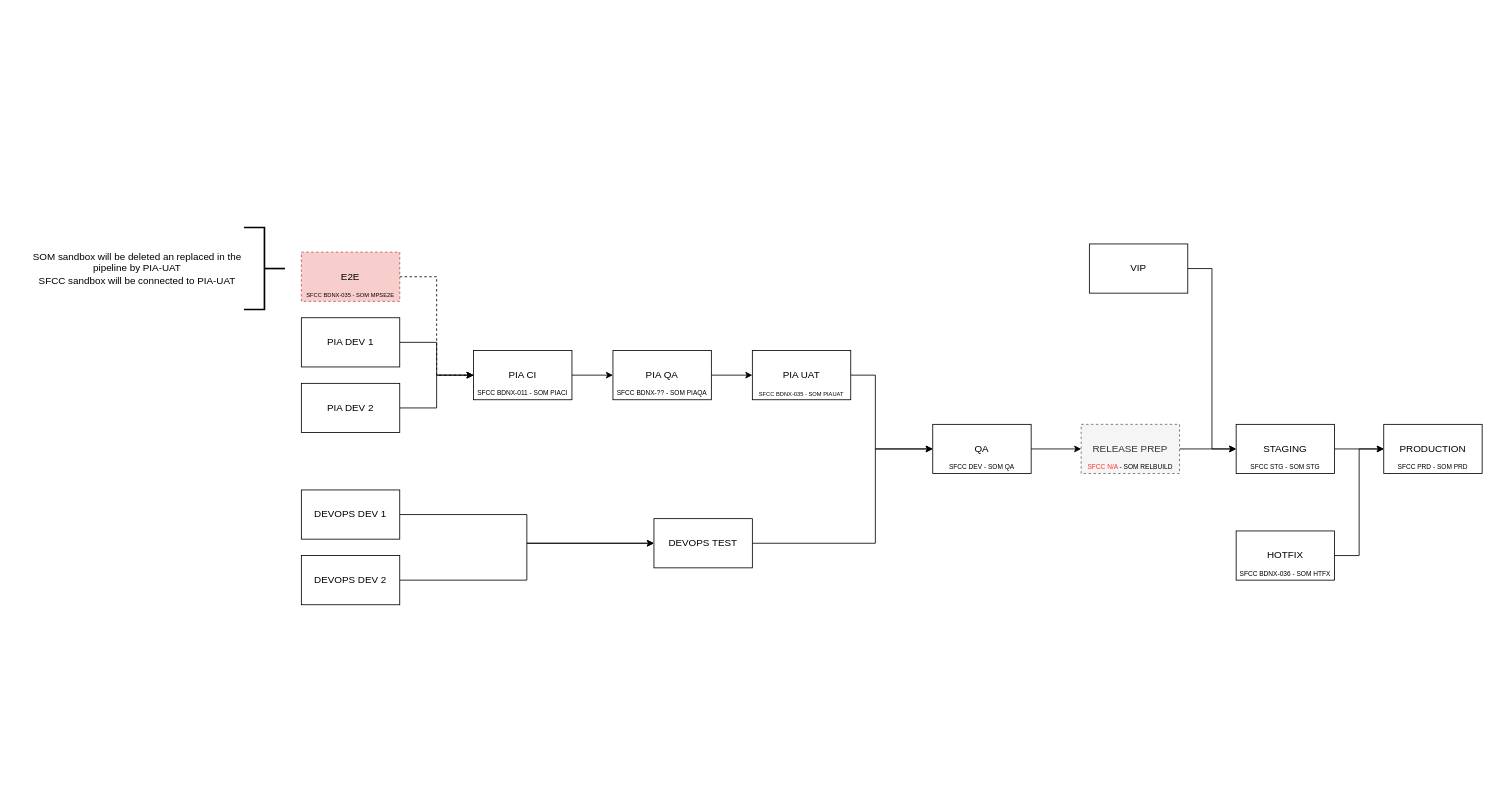
The draw.io diagram phase-two-pipeline.drawio in pettll/diagrams, before the edit. Source tidied: cells renumbered, new cells numbered last; positions are measured from the earlier drawing's top-left corner, leaving out a move shared by most shapes. Both pictures are drawn from the tidied source at 82%, with x=0, y=0 at pixel (14, 227).
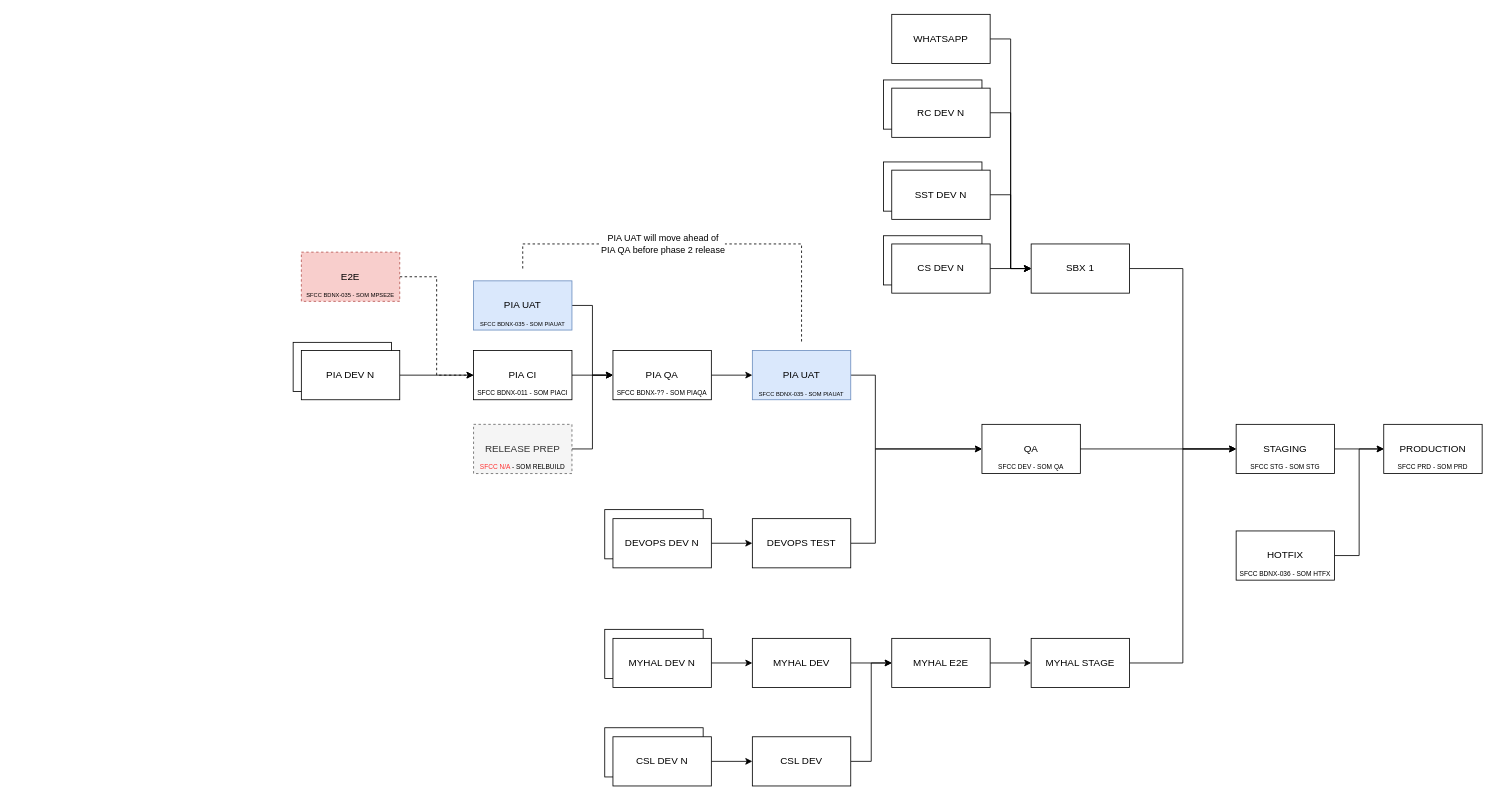
After the change.

Unchanged cells that the change refers to:
```xml
<mxCell id="11" value="PIA CI" style="rounded=0;whiteSpace=wrap;html=1;" parent="1" vertex="1">
  <mxGeometry x="560" y="150" width="120" height="60" as="geometry" />
</mxCell>
<mxCell id="13" value="PIA QA" style="rounded=0;whiteSpace=wrap;html=1;" parent="1" vertex="1">
  <mxGeometry x="730" y="150" width="120" height="60" as="geometry" />
</mxCell>
<mxCell id="34" value="STAGING" style="rounded=0;whiteSpace=wrap;html=1;" parent="1" vertex="1">
  <mxGeometry x="1490" y="240" width="120" height="60" as="geometry" />
</mxCell>
```

What changed in the source:
```diff
@@
+    <mxCell id="42" style="rounded=0;whiteSpace=wrap;html=1;" parent="1" vertex="1">
+      <mxGeometry x="1060" y="10" width="120" height="60" as="geometry" />
+    </mxCell>
+    <mxCell id="43" style="rounded=0;whiteSpace=wrap;html=1;" parent="1" vertex="1">
+      <mxGeometry x="720" y="344" width="120" height="60" as="geometry" />
+    </mxCell>
+    <mxCell id="44" style="rounded=0;whiteSpace=wrap;html=1;" parent="1" vertex="1">
+      <mxGeometry x="340" y="140" width="120" height="60" as="geometry" />
+    </mxCell>
@@
-    <mxCell id="3" value="PIA DEV 1" style="rounded=0;whiteSpace=wrap;html=1;" parent="1" vertex="1">
-      <mxGeometry x="350" y="110" width="120" height="60" as="geometry" />
+    <mxCell id="3" value="PIA DEV N" style="rounded=0;whiteSpace=wrap;html=1;" parent="1" vertex="1">
+      <mxGeometry x="350" y="150" width="120" height="60" as="geometry" />
     </mxCell>
-    <mxCell id="4" style="edgeStyle=orthogonalEdgeStyle;rounded=0;jettySize=auto;html=1;" parent="1" edge="1" source="5" target="11">
-      <mxGeometry relative="1" as="geometry" />
-    </mxCell>
-    <mxCell id="5" value="PIA DEV 2" style="rounded=0;whiteSpace=wrap;html=1;" parent="1" vertex="1">
-      <mxGeometry x="350" y="190" width="120" height="60" as="geometry" />
-    </mxCell>
@@
-    <mxCell id="7" value="DEVOPS DEV 1" style="rounded=0;whiteSpace=wrap;html=1;" parent="1" vertex="1">
-      <mxGeometry x="350" y="320" width="120" height="60" as="geometry" />
+    <mxCell id="7" value="DEVOPS DEV N" style="rounded=0;whiteSpace=wrap;html=1;" parent="1" vertex="1">
+      <mxGeometry x="730" y="355" width="120" height="60" as="geometry" />
     </mxCell>
-    <mxCell id="8" style="edgeStyle=orthogonalEdgeStyle;rounded=0;jettySize=auto;html=1;" parent="1" edge="1" source="9" target="19">
-      <mxGeometry relative="1" as="geometry" />
-    </mxCell>
-    <mxCell id="9" value="DEVOPS DEV 2" style="rounded=0;whiteSpace=wrap;html=1;" parent="1" vertex="1">
-      <mxGeometry x="350" y="400" width="120" height="60" as="geometry" />
-    </mxCell>
@@
-    <mxCell id="14" style="edgeStyle=orthogonalEdgeStyle;rounded=0;jettySize=auto;html=1;entryX=0;entryY=0.5;entryDx=0;entryDy=0;" parent="1" edge="1" source="15" target="17">
-      <mxGeometry relative="1" as="geometry" />
-    </mxCell>
     <mxCell id="15" value="QA" style="rounded=0;whiteSpace=wrap;html=1;" parent="1" vertex="1">
-      <mxGeometry x="1120" y="240" width="120" height="60" as="geometry" />
+      <mxGeometry x="1180" y="240" width="120" height="60" as="geometry" />
     </mxCell>
-    <mxCell id="16" style="edgeStyle=orthogonalEdgeStyle;rounded=0;jettySize=auto;html=1;entryX=0;entryY=0.5;entryDx=0;entryDy=0;" parent="1" edge="1" source="17" target="34">
+    <mxCell id="16" style="edgeStyle=orthogonalEdgeStyle;rounded=0;jettySize=auto;html=1;entryX=0;entryY=0.5;entryDx=0;entryDy=0;exitX=1;exitY=0.5;exitDx=0;exitDy=0;" parent="1" edge="1" source="15" target="34">
       <mxGeometry relative="1" as="geometry" />
     </mxCell>
-    <mxCell id="17" value="RELEASE PREP" style="rounded=0;whiteSpace=wrap;html=1;fillColor=#f5f5f5;fontColor=#333333;strokeColor=#666666;dashed=1;" parent="1" vertex="1">
-      <mxGeometry x="1301" y="240" width="120" height="60" as="geometry" />
-    </mxCell>
@@
     <mxCell id="19" value="DEVOPS TEST" style="rounded=0;whiteSpace=wrap;html=1;" parent="1" vertex="1">
-      <mxGeometry x="780" y="355" width="120" height="60" as="geometry" />
+      <mxGeometry x="900" y="355" width="120" height="60" as="geometry" />
     </mxCell>
@@
-    <mxCell id="22" value="VIP" style="rounded=0;whiteSpace=wrap;html=1;" parent="1" vertex="1">
-      <mxGeometry x="1311" y="20" width="120" height="60" as="geometry" />
+    <mxCell id="22" value="SBX 1" style="rounded=0;whiteSpace=wrap;html=1;" parent="1" vertex="1">
+      <mxGeometry x="1240" y="20" width="120" height="60" as="geometry" />
     </mxCell>
@@
-    <mxCell id="24" value="PIA UAT" style="rounded=0;whiteSpace=wrap;html=1;fillColor=#ffffff;strokeColor=#000000;" parent="1" vertex="1">
+    <mxCell id="24" value="PIA UAT" style="rounded=0;whiteSpace=wrap;html=1;fillColor=#dae8fc;strokeColor=#6c8ebf;" parent="1" vertex="1">
       <mxGeometry x="900" y="150" width="120" height="60" as="geometry" />
     </mxCell>
@@
     <mxCell id="27" value="SFCC DEV - SOM QA" style="text;html=1;align=center;verticalAlign=bottom;whiteSpace=wrap;rounded=0;fontSize=8;" parent="1" vertex="1">
-      <mxGeometry x="1120" y="280" width="120" height="20" as="geometry" />
+      <mxGeometry x="1180" y="280" width="120" height="20" as="geometry" />
     </mxCell>
@@
-    <mxCell id="29" value="&lt;font color=&quot;#ff3333&quot;&gt;SFCC N/A&lt;/font&gt; - SOM RELBUILD" style="text;html=1;align=center;verticalAlign=bottom;whiteSpace=wrap;rounded=0;fontSize=8;" parent="1" vertex="1">
-      <mxGeometry x="1301" y="280" width="120" height="20" as="geometry" />
-    </mxCell>
@@
-    <mxCell id="39" style="strokeWidth=2;html=1;shape=mxgraph.flowchart.annotation_2;align=left;labelPosition=right;rotation=-180;" parent="1" vertex="1">
-      <mxGeometry x="280" width="50" height="100" as="geometry" />
-    </mxCell>
-    <mxCell id="40" value="SOM sandbox will be deleted an replaced in the pipeline by PIA-UAT&lt;div&gt;SFCC sandbox will be connected to PIA-UAT&lt;/div&gt;" style="text;html=1;align=center;verticalAlign=middle;whiteSpace=wrap;rounded=0;" parent="1" vertex="1">
-      <mxGeometry y="35" width="300" height="30" as="geometry" />
-    </mxCell>
@@
+    <mxCell id="45" style="edgeStyle=orthogonalEdgeStyle;rounded=0;jettySize=auto;html=1;entryX=0;entryY=0.5;entryDx=0;entryDy=0;" parent="1" edge="1" source="47" target="13">
+      <mxGeometry relative="1" as="geometry" />
+    </mxCell>
+    <mxCell id="46" value="PIA UAT will move ahead of&lt;div&gt;PIA QA before phase 2 release&lt;/div&gt;" style="edgeStyle=orthogonalEdgeStyle;rounded=0;orthogonalLoop=1;jettySize=auto;html=1;endArrow=none;endFill=0;dashed=1;" parent="1" edge="1">
+      <mxGeometry x="-0.18" relative="1" as="geometry">
+        <mxPoint x="620" y="50" as="sourcePoint" />
+        <mxPoint x="960" y="140" as="targetPoint" />
+        <Array as="points">
+          <mxPoint x="620" y="20" />
+          <mxPoint x="960" y="20" />
+        </Array>
+      </mxGeometry>
+    </mxCell>
+    <mxCell id="47" value="PIA UAT" style="rounded=0;whiteSpace=wrap;html=1;fillColor=#dae8fc;strokeColor=#6c8ebf;" parent="1" vertex="1">
+      <mxGeometry x="560" y="65" width="120" height="60" as="geometry" />
+    </mxCell>
+    <mxCell id="48" value="&lt;font style=&quot;font-size: 7px;&quot;&gt;SFCC BDNX-035 - SOM PIAUAT&lt;/font&gt;" style="text;html=1;align=center;verticalAlign=bottom;whiteSpace=wrap;rounded=0;fontSize=7;" parent="1" vertex="1">
+      <mxGeometry x="560" y="105" width="120" height="20" as="geometry" />
+    </mxCell>
+    <mxCell id="49" style="edgeStyle=orthogonalEdgeStyle;rounded=0;jettySize=auto;html=1;entryX=0;entryY=0.5;entryDx=0;entryDy=0;" parent="1" edge="1" source="17" target="13">
+      <mxGeometry relative="1" as="geometry" />
+    </mxCell>
+    <mxCell id="17" value="RELEASE PREP" style="rounded=0;whiteSpace=wrap;html=1;fillColor=#f5f5f5;fontColor=#333333;strokeColor=#666666;dashed=1;" parent="1" vertex="1">
+      <mxGeometry x="560" y="240" width="120" height="60" as="geometry" />
+    </mxCell>
+    <mxCell id="29" value="&lt;font color=&quot;#ff3333&quot;&gt;SFCC N/A&lt;/font&gt; - SOM RELBUILD" style="text;html=1;align=center;verticalAlign=bottom;whiteSpace=wrap;rounded=0;fontSize=8;" parent="1" vertex="1">
+      <mxGeometry x="560" y="280" width="120" height="20" as="geometry" />
+    </mxCell>
+    <mxCell id="50" style="rounded=0;whiteSpace=wrap;html=1;" parent="1" vertex="1">
+      <mxGeometry x="720" y="490" width="120" height="60" as="geometry" />
+    </mxCell>
+    <mxCell id="51" style="edgeStyle=orthogonalEdgeStyle;rounded=0;jettySize=auto;html=1;entryX=0;entryY=0.5;entryDx=0;entryDy=0;" parent="1" edge="1" source="52" target="54">
+      <mxGeometry relative="1" as="geometry" />
+    </mxCell>
+    <mxCell id="52" value="MYHAL DEV N" style="rounded=0;whiteSpace=wrap;html=1;" parent="1" vertex="1">
+      <mxGeometry x="730" y="501" width="120" height="60" as="geometry" />
+    </mxCell>
+    <mxCell id="53" style="edgeStyle=orthogonalEdgeStyle;rounded=0;jettySize=auto;html=1;entryX=0;entryY=0.5;entryDx=0;entryDy=0;" parent="1" edge="1" source="54" target="56">
+      <mxGeometry relative="1" as="geometry" />
+    </mxCell>
+    <mxCell id="54" value="MYHAL DEV" style="rounded=0;whiteSpace=wrap;html=1;" parent="1" vertex="1">
+      <mxGeometry x="900" y="501" width="120" height="60" as="geometry" />
+    </mxCell>
+    <mxCell id="55" style="edgeStyle=orthogonalEdgeStyle;rounded=0;jettySize=auto;html=1;entryX=0;entryY=0.5;entryDx=0;entryDy=0;" parent="1" edge="1" source="56" target="58">
+      <mxGeometry relative="1" as="geometry" />
+    </mxCell>
+    <mxCell id="56" value="MYHAL E2E" style="rounded=0;whiteSpace=wrap;html=1;" parent="1" vertex="1">
+      <mxGeometry x="1070" y="501" width="120" height="60" as="geometry" />
+    </mxCell>
+    <mxCell id="57" style="edgeStyle=orthogonalEdgeStyle;rounded=0;jettySize=auto;html=1;entryX=0;entryY=0.5;entryDx=0;entryDy=0;" parent="1" edge="1" source="58" target="34">
+      <mxGeometry relative="1" as="geometry" />
+    </mxCell>
+    <mxCell id="58" value="MYHAL STAGE" style="rounded=0;whiteSpace=wrap;html=1;" parent="1" vertex="1">
+      <mxGeometry x="1240" y="501" width="120" height="60" as="geometry" />
+    </mxCell>
+    <mxCell id="59" style="edgeStyle=orthogonalEdgeStyle;rounded=0;jettySize=auto;html=1;entryX=0;entryY=0.5;entryDx=0;entryDy=0;" parent="1" edge="1" source="60" target="22">
+      <mxGeometry relative="1" as="geometry" />
+    </mxCell>
+    <mxCell id="60" value="CS DEV N" style="rounded=0;whiteSpace=wrap;html=1;" parent="1" vertex="1">
+      <mxGeometry x="1070" y="20" width="120" height="60" as="geometry" />
+    </mxCell>
+    <mxCell id="61" style="edgeStyle=orthogonalEdgeStyle;rounded=0;jettySize=auto;html=1;entryX=0;entryY=0.5;entryDx=0;entryDy=0;" parent="1" edge="1" source="62" target="22">
+      <mxGeometry relative="1" as="geometry" />
+    </mxCell>
+    <mxCell id="62" value="WHATSAPP" style="rounded=0;whiteSpace=wrap;html=1;" parent="1" vertex="1">
+      <mxGeometry x="1070" y="-260" width="120" height="60" as="geometry" />
+    </mxCell>
+    <mxCell id="63" style="rounded=0;whiteSpace=wrap;html=1;" parent="1" vertex="1">
+      <mxGeometry x="720" y="610" width="120" height="60" as="geometry" />
+    </mxCell>
+    <mxCell id="64" style="edgeStyle=orthogonalEdgeStyle;rounded=0;jettySize=auto;html=1;entryX=0;entryY=0.5;entryDx=0;entryDy=0;" parent="1" edge="1" source="65" target="67">
+      <mxGeometry relative="1" as="geometry" />
+    </mxCell>
+    <mxCell id="65" value="CSL DEV N" style="rounded=0;whiteSpace=wrap;html=1;" parent="1" vertex="1">
+      <mxGeometry x="730" y="621" width="120" height="60" as="geometry" />
+    </mxCell>
+    <mxCell id="66" style="edgeStyle=orthogonalEdgeStyle;rounded=0;jettySize=auto;html=1;entryX=0;entryY=0.5;entryDx=0;entryDy=0;" parent="1" edge="1" source="67" target="56">
+      <mxGeometry relative="1" as="geometry" />
+    </mxCell>
+    <mxCell id="67" value="CSL DEV" style="rounded=0;whiteSpace=wrap;html=1;" parent="1" vertex="1">
+      <mxGeometry x="900" y="621" width="120" height="60" as="geometry" />
+    </mxCell>
+    <mxCell id="68" style="rounded=0;whiteSpace=wrap;html=1;" parent="1" vertex="1">
+      <mxGeometry x="1060" y="-80" width="120" height="60" as="geometry" />
+    </mxCell>
+    <mxCell id="69" style="edgeStyle=orthogonalEdgeStyle;rounded=0;jettySize=auto;html=1;entryX=0;entryY=0.5;entryDx=0;entryDy=0;" parent="1" edge="1" source="70" target="22">
+      <mxGeometry relative="1" as="geometry" />
+    </mxCell>
+    <mxCell id="70" value="SST DEV N" style="rounded=0;whiteSpace=wrap;html=1;" parent="1" vertex="1">
+      <mxGeometry x="1070" y="-70" width="120" height="60" as="geometry" />
+    </mxCell>
+    <mxCell id="71" style="rounded=0;whiteSpace=wrap;html=1;" parent="1" vertex="1">
+      <mxGeometry x="1060" y="-180" width="120" height="60" as="geometry" />
+    </mxCell>
+    <mxCell id="72" style="edgeStyle=orthogonalEdgeStyle;rounded=0;jettySize=auto;html=1;entryX=0;entryY=0.5;entryDx=0;entryDy=0;" parent="1" edge="1" source="73" target="22">
+      <mxGeometry relative="1" as="geometry" />
+    </mxCell>
+    <mxCell id="73" value="RC DEV N" style="rounded=0;whiteSpace=wrap;html=1;" parent="1" vertex="1">
+      <mxGeometry x="1070" y="-170" width="120" height="60" as="geometry" />
+    </mxCell>
```
